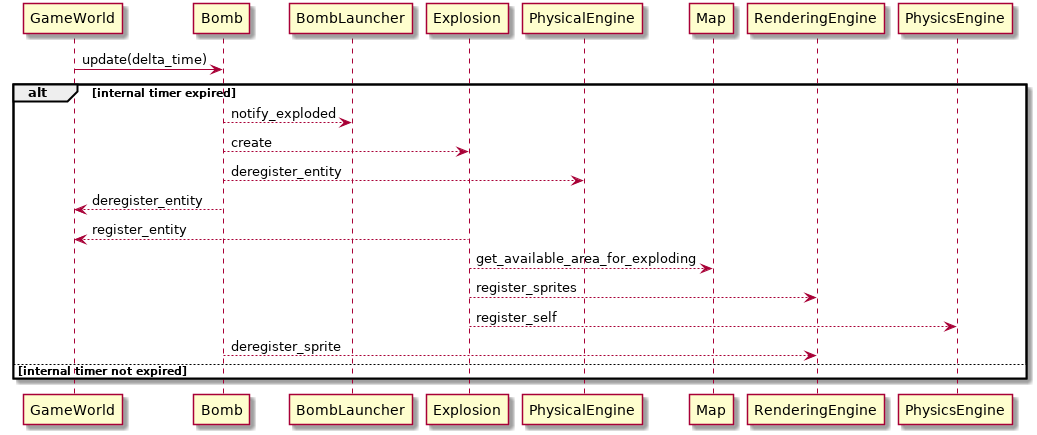
Before: docs/img/UC_2_2.png, a diagram exported from PlantUML (NadzwyczajnaGrupaRobocza/bomberman). The source it was exported from:
```plantuml
@startuml
GameWorld -> Bomb : update(delta_time)

alt internal timer expired
Bomb --> BombLauncher : notify_exploded
Bomb --> Explosion : create
Bomb --> PhysicalEngine : deregister_entity
GameWorld <-- Bomb : deregister_entity

Explosion --> GameWorld : register_entity
Explosion --> Map : get_available_area_for_exploding
Explosion --> RenderingEngine : register_sprites
Explosion --> PhysicsEngine : register_self

Bomb --> RenderingEngine : deregister_sprite

else internal timer not expired
end

@enduml
```
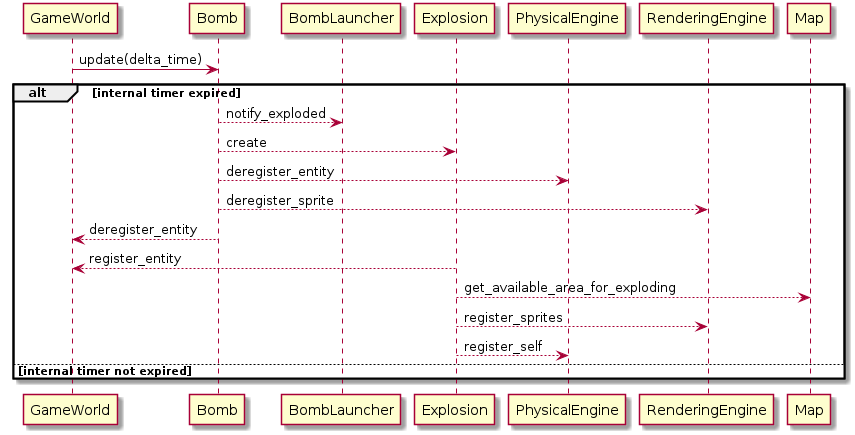
The same diagram one commit later.

Commit message:
Fix #11  -add activity diagram for UC_2_2

Diff of the diagram source:
```diff
@@ -5,14 +5,13 @@
 Bomb --> BombLauncher : notify_exploded
 Bomb --> Explosion : create
 Bomb --> PhysicalEngine : deregister_entity
+Bomb --> RenderingEngine : deregister_sprite
 GameWorld <-- Bomb : deregister_entity
 
 Explosion --> GameWorld : register_entity
 Explosion --> Map : get_available_area_for_exploding
 Explosion --> RenderingEngine : register_sprites
-Explosion --> PhysicsEngine : register_self
-
-Bomb --> RenderingEngine : deregister_sprite
+Explosion --> PhysicalEngine : register_self
 
 else internal timer not expired
 end
```
